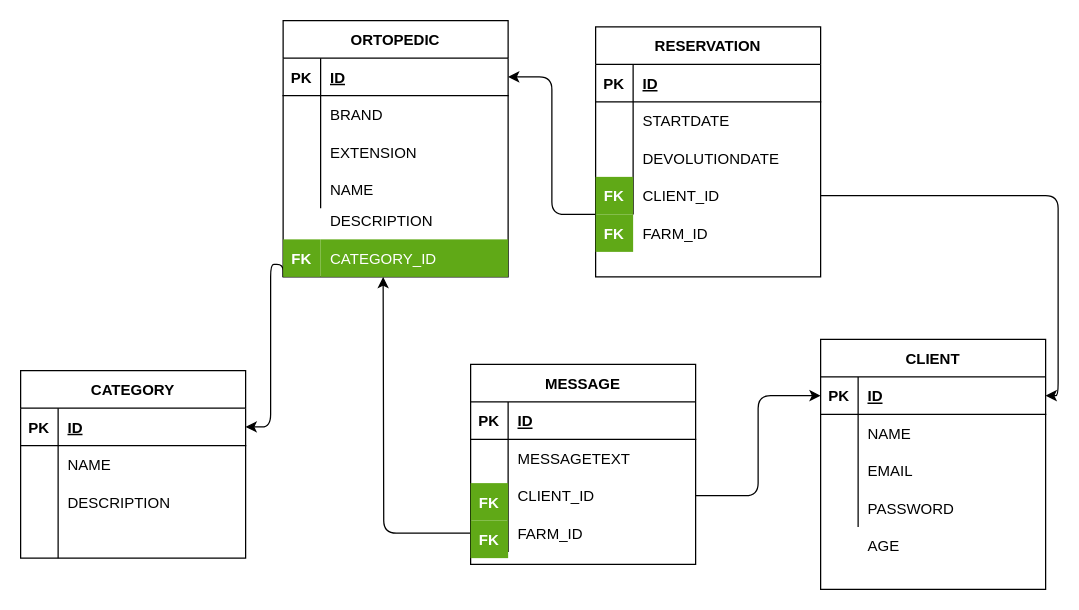
thejuanex12/ciclo3-team7 keeps this draw.io diagram as EstructuraDatos.drawio. Above is the earlier version. Source tidied: cells renumbered, new cells numbered last; positions are measured from the earlier drawing's top-left corner, leaving out a move shared by most shapes. Both pictures are drawn from the tidied source at 125%, with x=0, y=0 at pixel (20, 20).
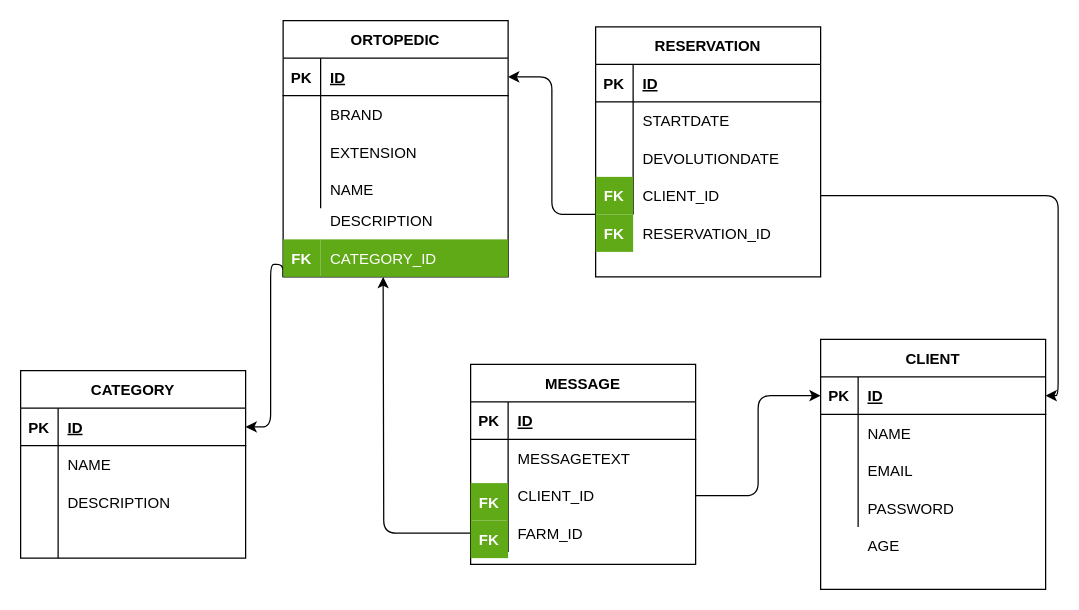
The same page after the edit.

Change to the diagram source:
```diff
@@
-    <mxCell id="73" value="FARM_ID" style="shape=partialRectangle;fillColor=none;top=0;left=0;bottom=0;right=0;align=left;spacingLeft=6;overflow=hidden;" parent="1" vertex="1">
+    <mxCell id="73" value="RESERVATION_ID" style="shape=partialRectangle;fillColor=none;top=0;left=0;bottom=0;right=0;align=left;spacingLeft=6;overflow=hidden;" parent="1" vertex="1">
       <mxGeometry x="490" y="155" width="150" height="30" as="geometry" />
     </mxCell>
```
